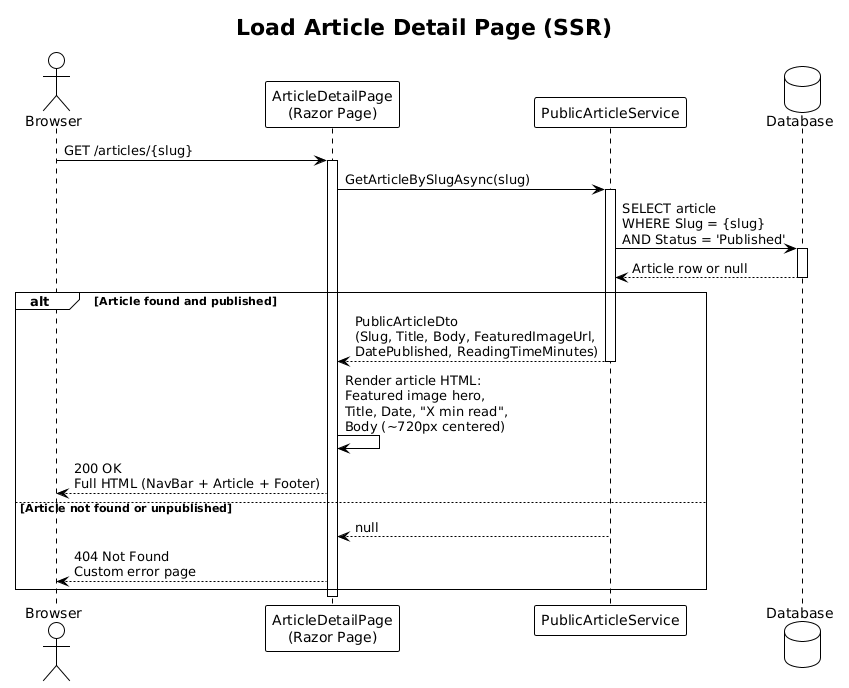
The PlantUML diagram docs/detailed-designs/03-public-article-display/diagrams/sequence_detail_page.png in QuinntyneBrown/Blog, before a commit. Source of this version:
```plantuml
@startuml
!theme plain

title Load Article Detail Page (SSR)

actor Browser
participant "ArticleDetailPage\n(Razor Page)" as Page
participant "PublicArticleService" as Service
database "Database" as DB

Browser -> Page : GET /articles/{slug}
activate Page

Page -> Service : GetArticleBySlugAsync(slug)
activate Service

Service -> DB : SELECT article\nWHERE Slug = {slug}\nAND Status = 'Published'
activate DB
DB --> Service : Article row or null
deactivate DB

alt Article found and published
    Service --> Page : PublicArticleDto\n(Slug, Title, Body, FeaturedImageUrl,\nDatePublished, ReadingTimeMinutes)
    deactivate Service

    Page -> Page : Render article HTML:\nFeatured image hero,\nTitle, Date, "X min read",\nBody (~720px centered)

    Page --> Browser : 200 OK\nFull HTML (NavBar + Article + Footer)
else Article not found or unpublished
    Service --> Page : null
    deactivate Service

    Page --> Browser : 404 Not Found\nCustom error page
end

deactivate Page
@enduml
```
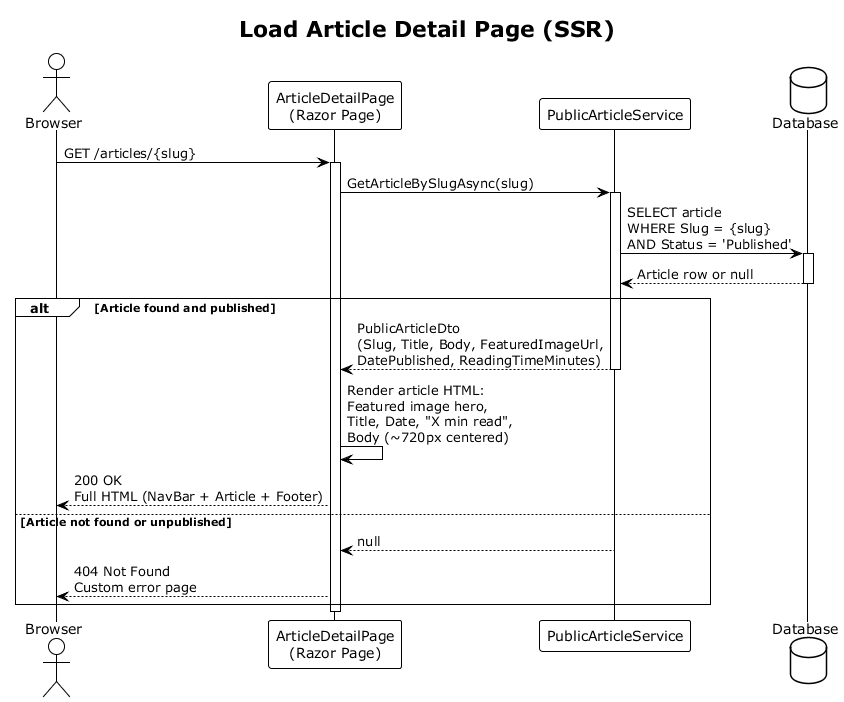
After the change.

What changed in the source:
```diff
@@ -1,4 +1,4 @@
-@startuml
+@startuml sequence_detail_page
 !theme plain
 
 title Load Article Detail Page (SSR)
@@ -34,4 +34,5 @@
 end
 
 deactivate Page
+
 @enduml
```
